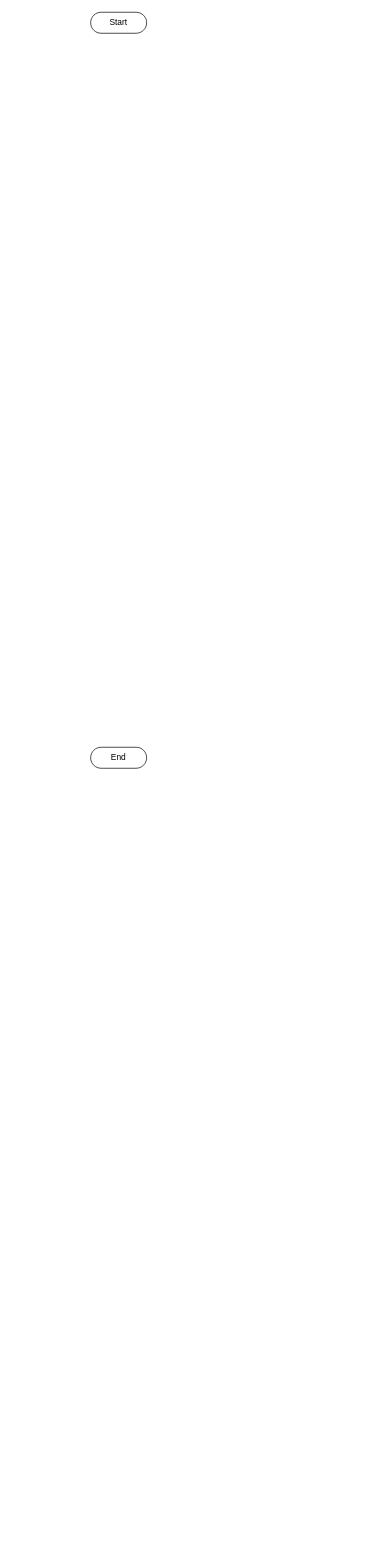
This is lab/lab10/lab10.drawio from Phumipat-2005/ENGCC304, a draw.io file, before an edit. Source tidied: cells renumbered, new cells numbered last; positions are measured from the earlier drawing's top-left corner, leaving out a move shared by most shapes. Both pictures are drawn from the tidied source at 70%, with x=0, y=0 at pixel (90, 12).
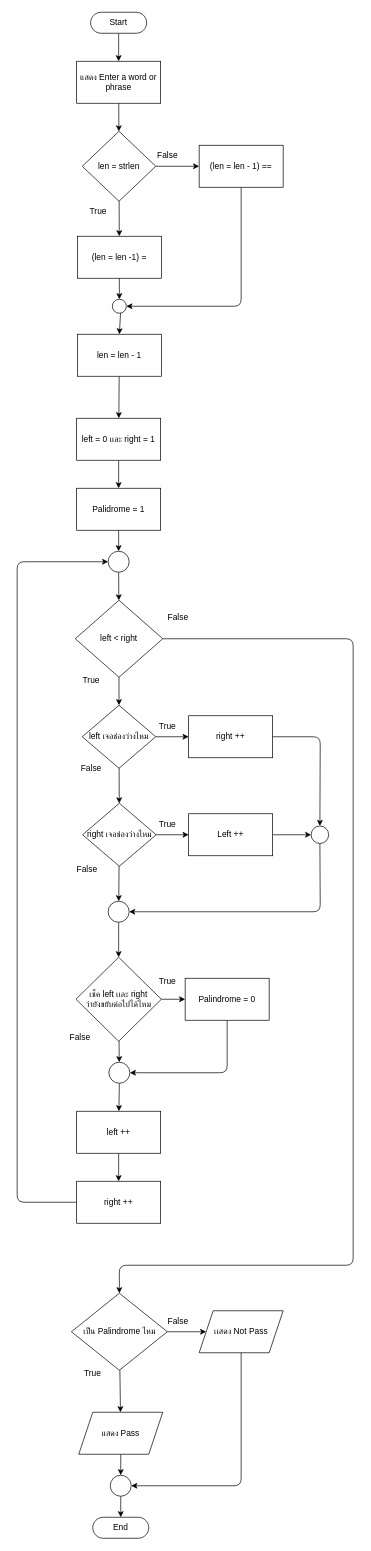
After the change.

The change refers to these unchanged cells:
```xml
<mxCell id="2" value="Start" style="html=1;dashed=0;whiteSpace=wrap;shape=mxgraph.dfd.start;" parent="1" vertex="1">
  <mxGeometry width="80" height="30" as="geometry" />
</mxCell>
```

Diff of the diagram source:
```diff
@@
+    <mxCell id="4" style="edgeStyle=none;html=1;" parent="1" edge="1" source="2" target="6">
+      <mxGeometry relative="1" as="geometry" />
+    </mxCell>
@@
     <mxCell id="3" value="End" style="html=1;dashed=0;whiteSpace=wrap;shape=mxgraph.dfd.start;" parent="1" vertex="1">
-      <mxGeometry y="1050" width="80" height="30" as="geometry" />
+      <mxGeometry x="3" y="2150" width="80" height="30" as="geometry" />
     </mxCell>
+    <mxCell id="5" style="edgeStyle=none;html=1;" parent="1" edge="1" source="6" target="9">
+      <mxGeometry relative="1" as="geometry" />
+    </mxCell>
+    <mxCell id="6" value="แสดง Enter a word or phrase" style="rounded=0;whiteSpace=wrap;html=1;" parent="1" vertex="1">
+      <mxGeometry x="-20" y="70" width="120" height="60" as="geometry" />
+    </mxCell>
+    <mxCell id="7" style="edgeStyle=none;html=1;" parent="1" edge="1" source="9" target="11">
+      <mxGeometry relative="1" as="geometry" />
+    </mxCell>
+    <mxCell id="8" style="edgeStyle=none;html=1;" parent="1" edge="1" source="9" target="13">
+      <mxGeometry relative="1" as="geometry" />
+    </mxCell>
+    <mxCell id="9" value="&lt;span style=&quot;color: rgb(0, 0, 0);&quot;&gt;len = strlen&lt;/span&gt;" style="rhombus;whiteSpace=wrap;html=1;" parent="1" vertex="1">
+      <mxGeometry x="-12" y="170" width="105" height="100" as="geometry" />
+    </mxCell>
+    <mxCell id="10" style="edgeStyle=none;html=1;" parent="1" edge="1" source="11" target="17">
+      <mxGeometry relative="1" as="geometry" />
+    </mxCell>
+    <mxCell id="11" value="(len = len -1) =" style="rounded=0;whiteSpace=wrap;html=1;" parent="1" vertex="1">
+      <mxGeometry x="-19" y="320" width="120" height="60" as="geometry" />
+    </mxCell>
+    <mxCell id="12" style="edgeStyle=none;html=1;entryX=1;entryY=0.5;entryDx=0;entryDy=0;" parent="1" edge="1" source="13" target="17">
+      <mxGeometry relative="1" as="geometry">
+        <Array as="points">
+          <mxPoint x="215" y="420" />
+        </Array>
+      </mxGeometry>
+    </mxCell>
+    <mxCell id="13" value="(len = len - 1) ==" style="rounded=0;whiteSpace=wrap;html=1;" parent="1" vertex="1">
+      <mxGeometry x="155" y="190" width="120" height="60" as="geometry" />
+    </mxCell>
+    <mxCell id="14" style="edgeStyle=none;html=1;" parent="1" edge="1" source="15" target="21">
+      <mxGeometry relative="1" as="geometry" />
+    </mxCell>
+    <mxCell id="15" value="len = len - 1" style="rounded=0;whiteSpace=wrap;html=1;" parent="1" vertex="1">
+      <mxGeometry x="-19" y="460" width="120" height="60" as="geometry" />
+    </mxCell>
+    <mxCell id="16" style="edgeStyle=none;html=1;" parent="1" edge="1" source="17" target="15">
+      <mxGeometry relative="1" as="geometry" />
+    </mxCell>
+    <mxCell id="17" style="ellipse;whiteSpace=wrap;html=1;" parent="1" vertex="1">
+      <mxGeometry x="31" y="410" width="20" height="20" as="geometry" />
+    </mxCell>
+    <mxCell id="18" value="True" style="text;html=1;align=center;verticalAlign=middle;whiteSpace=wrap;rounded=0;" parent="1" vertex="1">
+      <mxGeometry x="-19" y="270" width="60" height="30" as="geometry" />
+    </mxCell>
+    <mxCell id="19" value="False" style="text;html=1;align=center;verticalAlign=middle;whiteSpace=wrap;rounded=0;" parent="1" vertex="1">
+      <mxGeometry x="80" y="190" width="60" height="30" as="geometry" />
+    </mxCell>
+    <mxCell id="20" style="edgeStyle=none;html=1;" parent="1" edge="1" source="21" target="23">
+      <mxGeometry relative="1" as="geometry" />
+    </mxCell>
+    <mxCell id="21" value="left = 0 เเละ right = 1" style="rounded=0;whiteSpace=wrap;html=1;" parent="1" vertex="1">
+      <mxGeometry x="-20" y="580" width="120" height="60" as="geometry" />
+    </mxCell>
+    <mxCell id="22" style="edgeStyle=none;html=1;" parent="1" edge="1" source="23" target="59">
+      <mxGeometry relative="1" as="geometry" />
+    </mxCell>
+    <mxCell id="23" value="Palidrome = 1" style="rounded=0;whiteSpace=wrap;html=1;" parent="1" vertex="1">
+      <mxGeometry x="-20" y="680" width="120" height="60" as="geometry" />
+    </mxCell>
+    <mxCell id="24" style="edgeStyle=none;html=1;" parent="1" edge="1" source="26" target="35">
+      <mxGeometry relative="1" as="geometry" />
+    </mxCell>
+    <mxCell id="25" style="edgeStyle=none;html=1;entryX=0.5;entryY=0;entryDx=0;entryDy=0;" parent="1" edge="1" source="26" target="64">
+      <mxGeometry relative="1" as="geometry">
+        <Array as="points">
+          <mxPoint x="375" y="895" />
+          <mxPoint x="375" y="1790" />
+          <mxPoint x="41" y="1790" />
+        </Array>
+      </mxGeometry>
+    </mxCell>
+    <mxCell id="26" value="left &amp;lt; right" style="rhombus;whiteSpace=wrap;html=1;" parent="1" vertex="1">
+      <mxGeometry x="-22" y="840" width="125" height="110" as="geometry" />
+    </mxCell>
+    <mxCell id="27" style="edgeStyle=none;html=1;" parent="1" edge="1" source="28" target="44">
+      <mxGeometry relative="1" as="geometry" />
+    </mxCell>
+    <mxCell id="28" value="Left ++" style="rounded=0;whiteSpace=wrap;html=1;" parent="1" vertex="1">
+      <mxGeometry x="140" y="1145" width="120" height="60" as="geometry" />
+    </mxCell>
+    <mxCell id="29" style="edgeStyle=none;html=1;entryX=0.5;entryY=0;entryDx=0;entryDy=0;" parent="1" edge="1" source="30" target="44">
+      <mxGeometry relative="1" as="geometry">
+        <Array as="points">
+          <mxPoint x="328" y="1035" />
+        </Array>
+      </mxGeometry>
+    </mxCell>
+    <mxCell id="30" value="right ++" style="rounded=0;whiteSpace=wrap;html=1;" parent="1" vertex="1">
+      <mxGeometry x="140" y="1005" width="120" height="60" as="geometry" />
+    </mxCell>
+    <mxCell id="31" value="True" style="text;html=1;align=center;verticalAlign=middle;whiteSpace=wrap;rounded=0;" parent="1" vertex="1">
+      <mxGeometry x="-29" y="940" width="60" height="30" as="geometry" />
+    </mxCell>
+    <mxCell id="32" value="False" style="text;html=1;align=center;verticalAlign=middle;whiteSpace=wrap;rounded=0;" parent="1" vertex="1">
+      <mxGeometry x="95" y="850" width="60" height="30" as="geometry" />
+    </mxCell>
+    <mxCell id="33" style="edgeStyle=none;html=1;" parent="1" edge="1" source="35" target="30">
+      <mxGeometry relative="1" as="geometry" />
+    </mxCell>
+    <mxCell id="34" style="edgeStyle=none;html=1;" parent="1" edge="1" source="35" target="38">
+      <mxGeometry relative="1" as="geometry" />
+    </mxCell>
+    <mxCell id="35" value="left เจอช่องว่างไหม" style="rhombus;whiteSpace=wrap;html=1;" parent="1" vertex="1">
+      <mxGeometry x="-12" y="990" width="105" height="90" as="geometry" />
+    </mxCell>
+    <mxCell id="36" style="edgeStyle=none;html=1;" parent="1" edge="1" source="38" target="28">
+      <mxGeometry relative="1" as="geometry" />
+    </mxCell>
+    <mxCell id="37" style="edgeStyle=none;html=1;" parent="1" edge="1" source="38" target="49">
+      <mxGeometry relative="1" as="geometry" />
+    </mxCell>
+    <mxCell id="38" value="right เจอช่องว่างไหม" style="rhombus;whiteSpace=wrap;html=1;" parent="1" vertex="1">
+      <mxGeometry x="-11.5" y="1130" width="105" height="90" as="geometry" />
+    </mxCell>
+    <mxCell id="39" value="True" style="text;html=1;align=center;verticalAlign=middle;whiteSpace=wrap;rounded=0;" parent="1" vertex="1">
+      <mxGeometry x="80" y="1005" width="60" height="30" as="geometry" />
+    </mxCell>
+    <mxCell id="40" value="True" style="text;html=1;align=center;verticalAlign=middle;whiteSpace=wrap;rounded=0;" parent="1" vertex="1">
+      <mxGeometry x="80" y="1145" width="60" height="30" as="geometry" />
+    </mxCell>
+    <mxCell id="41" value="False" style="text;html=1;align=center;verticalAlign=middle;whiteSpace=wrap;rounded=0;" parent="1" vertex="1">
+      <mxGeometry x="-29" y="1065" width="60" height="30" as="geometry" />
+    </mxCell>
+    <mxCell id="42" value="False" style="text;html=1;align=center;verticalAlign=middle;whiteSpace=wrap;rounded=0;" parent="1" vertex="1">
+      <mxGeometry x="-35" y="1210" width="60" height="30" as="geometry" />
+    </mxCell>
+    <mxCell id="43" style="edgeStyle=none;html=1;entryX=1;entryY=0.5;entryDx=0;entryDy=0;" parent="1" edge="1" source="44" target="49">
+      <mxGeometry relative="1" as="geometry">
+        <Array as="points">
+          <mxPoint x="328" y="1285" />
+        </Array>
+      </mxGeometry>
+    </mxCell>
+    <mxCell id="44" style="ellipse;whiteSpace=wrap;html=1;" parent="1" vertex="1">
+      <mxGeometry x="315" y="1162.5" width="25" height="25" as="geometry" />
+    </mxCell>
+    <mxCell id="45" style="edgeStyle=none;html=1;" parent="1" edge="1" source="47" target="51">
+      <mxGeometry relative="1" as="geometry" />
+    </mxCell>
+    <mxCell id="46" style="edgeStyle=none;html=1;" parent="1" edge="1" source="47" target="61">
+      <mxGeometry relative="1" as="geometry" />
+    </mxCell>
+    <mxCell id="47" value="เช็ค left เเละ right&lt;div&gt;ว่ายังขยับต่อไปได้ไหม&lt;/div&gt;" style="rhombus;whiteSpace=wrap;html=1;" parent="1" vertex="1">
+      <mxGeometry x="-21" y="1350" width="122" height="120" as="geometry" />
+    </mxCell>
+    <mxCell id="48" style="edgeStyle=none;html=1;" parent="1" edge="1" source="49" target="47">
+      <mxGeometry relative="1" as="geometry" />
+    </mxCell>
+    <mxCell id="49" style="ellipse;whiteSpace=wrap;html=1;" parent="1" vertex="1">
+      <mxGeometry x="25" y="1270" width="30" height="30" as="geometry" />
+    </mxCell>
+    <mxCell id="50" style="edgeStyle=none;html=1;entryX=1;entryY=0.5;entryDx=0;entryDy=0;" parent="1" edge="1" source="51" target="61">
+      <mxGeometry relative="1" as="geometry">
+        <Array as="points">
+          <mxPoint x="195" y="1515" />
+        </Array>
+      </mxGeometry>
+    </mxCell>
+    <mxCell id="51" value="Palindrome = 0" style="rounded=0;whiteSpace=wrap;html=1;" parent="1" vertex="1">
+      <mxGeometry x="135" y="1380" width="120" height="60" as="geometry" />
+    </mxCell>
+    <mxCell id="52" style="edgeStyle=none;html=1;" parent="1" edge="1" source="53" target="55">
+      <mxGeometry relative="1" as="geometry" />
+    </mxCell>
+    <mxCell id="53" value="left ++" style="rounded=0;whiteSpace=wrap;html=1;" parent="1" vertex="1">
+      <mxGeometry x="-20" y="1570" width="120" height="60" as="geometry" />
+    </mxCell>
+    <mxCell id="54" style="edgeStyle=none;html=1;entryX=0;entryY=0.5;entryDx=0;entryDy=0;" parent="1" edge="1" source="55" target="59">
+      <mxGeometry relative="1" as="geometry">
+        <Array as="points">
+          <mxPoint x="-105" y="1700" />
+          <mxPoint x="-105" y="785" />
+        </Array>
+      </mxGeometry>
+    </mxCell>
+    <mxCell id="55" value="right ++" style="rounded=0;whiteSpace=wrap;html=1;" parent="1" vertex="1">
+      <mxGeometry x="-20" y="1670" width="120" height="60" as="geometry" />
+    </mxCell>
+    <mxCell id="56" value="True" style="text;html=1;align=center;verticalAlign=middle;whiteSpace=wrap;rounded=0;" parent="1" vertex="1">
+      <mxGeometry x="80" y="1370" width="60" height="30" as="geometry" />
+    </mxCell>
+    <mxCell id="57" value="False" style="text;html=1;align=center;verticalAlign=middle;whiteSpace=wrap;rounded=0;" parent="1" vertex="1">
+      <mxGeometry x="-45" y="1450" width="60" height="30" as="geometry" />
+    </mxCell>
+    <mxCell id="58" style="edgeStyle=none;html=1;" parent="1" edge="1" source="59" target="26">
+      <mxGeometry relative="1" as="geometry" />
+    </mxCell>
+    <mxCell id="59" style="ellipse;whiteSpace=wrap;html=1;" parent="1" vertex="1">
+      <mxGeometry x="25" y="770" width="30" height="30" as="geometry" />
+    </mxCell>
+    <mxCell id="60" style="edgeStyle=none;html=1;" parent="1" edge="1" source="61" target="53">
+      <mxGeometry relative="1" as="geometry" />
+    </mxCell>
+    <mxCell id="61" style="ellipse;whiteSpace=wrap;html=1;" parent="1" vertex="1">
+      <mxGeometry x="26" y="1500" width="30" height="30" as="geometry" />
+    </mxCell>
+    <mxCell id="62" style="edgeStyle=none;html=1;" parent="1" edge="1" source="64" target="66">
+      <mxGeometry relative="1" as="geometry" />
+    </mxCell>
+    <mxCell id="63" style="edgeStyle=none;html=1;" parent="1" edge="1" source="64" target="68">
+      <mxGeometry relative="1" as="geometry" />
+    </mxCell>
+    <mxCell id="64" value="เป็น Palindrome ไหม" style="rhombus;whiteSpace=wrap;html=1;" parent="1" vertex="1">
+      <mxGeometry x="-27.5" y="1830" width="137" height="110" as="geometry" />
+    </mxCell>
+    <mxCell id="65" style="edgeStyle=none;html=1;" parent="1" edge="1" source="66" target="70">
+      <mxGeometry relative="1" as="geometry" />
+    </mxCell>
+    <mxCell id="66" value="แสดง Pass" style="shape=parallelogram;perimeter=parallelogramPerimeter;whiteSpace=wrap;html=1;fixedSize=1;" parent="1" vertex="1">
+      <mxGeometry x="-17" y="2000" width="120" height="60" as="geometry" />
+    </mxCell>
+    <mxCell id="67" style="edgeStyle=none;html=1;entryX=1;entryY=0.5;entryDx=0;entryDy=0;" parent="1" edge="1" source="68" target="70">
+      <mxGeometry relative="1" as="geometry">
+        <Array as="points">
+          <mxPoint x="215" y="2105" />
+        </Array>
+      </mxGeometry>
+    </mxCell>
+    <mxCell id="68" value="เเสดง Not Pass" style="shape=parallelogram;perimeter=parallelogramPerimeter;whiteSpace=wrap;html=1;fixedSize=1;" parent="1" vertex="1">
+      <mxGeometry x="155" y="1855" width="120" height="60" as="geometry" />
+    </mxCell>
+    <mxCell id="69" style="edgeStyle=none;html=1;" parent="1" edge="1" source="70" target="3">
+      <mxGeometry relative="1" as="geometry" />
+    </mxCell>
+    <mxCell id="70" style="ellipse;whiteSpace=wrap;html=1;" parent="1" vertex="1">
+      <mxGeometry x="28" y="2090" width="30" height="30" as="geometry" />
+    </mxCell>
+    <mxCell id="71" value="True" style="text;html=1;align=center;verticalAlign=middle;whiteSpace=wrap;rounded=0;" parent="1" vertex="1">
+      <mxGeometry x="-27.5" y="1930" width="60" height="30" as="geometry" />
+    </mxCell>
+    <mxCell id="72" value="False" style="text;html=1;align=center;verticalAlign=middle;whiteSpace=wrap;rounded=0;" parent="1" vertex="1">
+      <mxGeometry x="95" y="1855" width="60" height="30" as="geometry" />
+    </mxCell>
```
